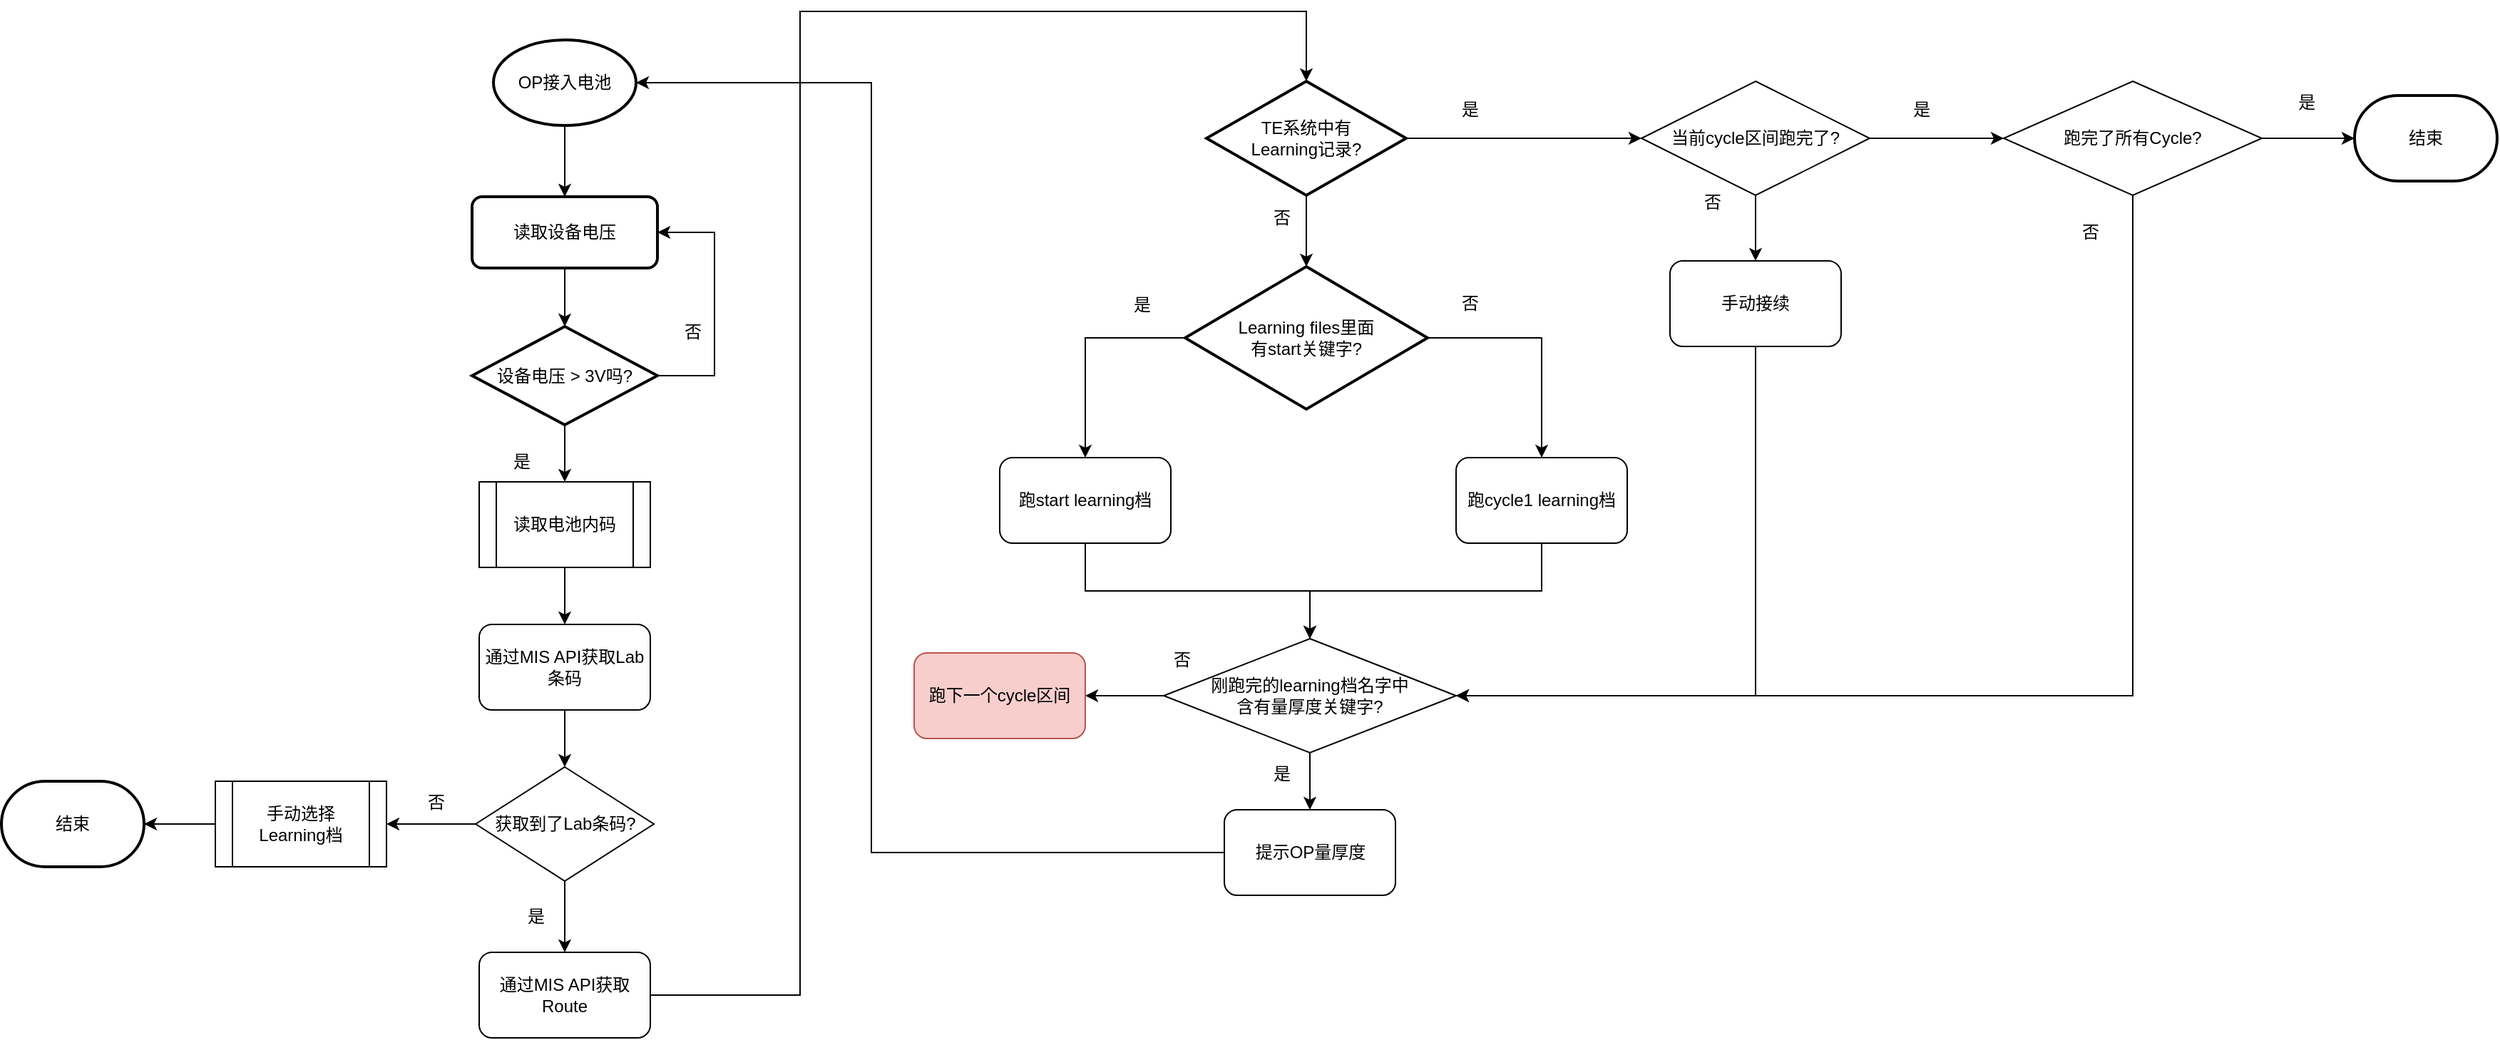
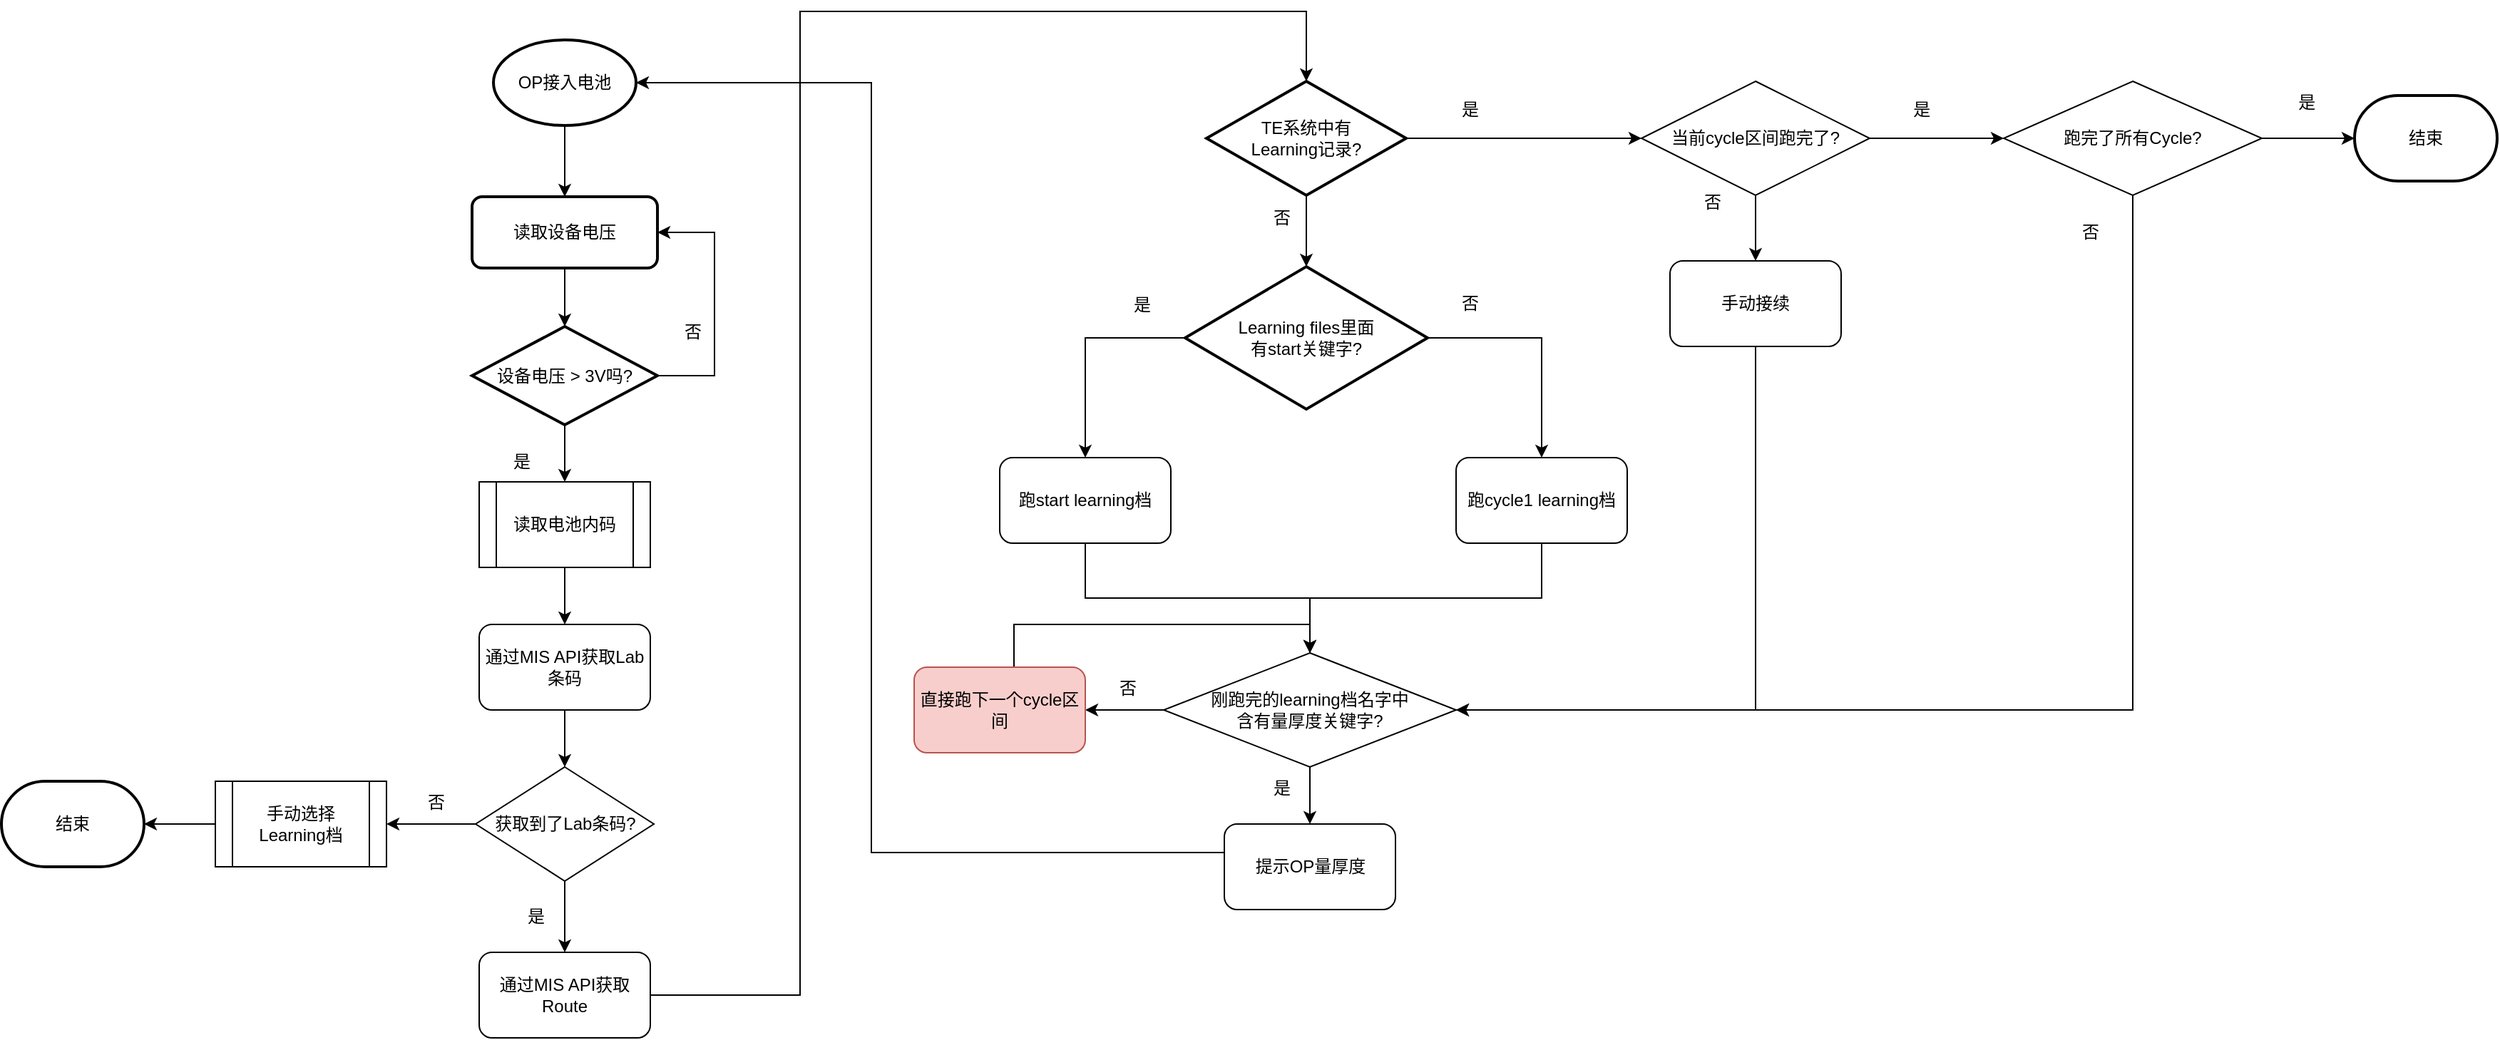
<mxfile host="app.diagrams.net">
  <diagram name="第 1 页" id="3HldnIOuQtLrwHUO-1mN">
    <mxGraphModel dx="1623" dy="813" grid="1" gridSize="10" guides="1" tooltips="1" connect="1" arrows="1" fold="1" page="1" pageScale="1" pageWidth="1169" pageHeight="827" background="#FFFFFF" math="0" shadow="0">
      <root>
        <mxCell id="0" />
        <mxCell id="1" parent="0" />
        <mxCell id="qRa3hty1LtdxE0hFs_0w-8" edge="1" parent="1" source="qRa3hty1LtdxE0hFs_0w-4" style="edgeStyle=orthogonalEdgeStyle;rounded=0;orthogonalLoop=1;jettySize=auto;html=1;" target="qRa3hty1LtdxE0hFs_0w-6" value="">
          <mxGeometry relative="1" as="geometry" />
        </mxCell>
        <mxCell id="qRa3hty1LtdxE0hFs_0w-4" parent="1" style="strokeWidth=2;html=1;shape=mxgraph.flowchart.start_1;whiteSpace=wrap;" value="OP接入电池" vertex="1">
          <mxGeometry height="60" width="100" x="385" y="50" as="geometry" />
        </mxCell>
        <mxCell id="qRa3hty1LtdxE0hFs_0w-9" edge="1" parent="1" source="qRa3hty1LtdxE0hFs_0w-6" style="edgeStyle=orthogonalEdgeStyle;rounded=0;orthogonalLoop=1;jettySize=auto;html=1;" target="qRa3hty1LtdxE0hFs_0w-7" value="">
          <mxGeometry relative="1" as="geometry" />
        </mxCell>
        <mxCell id="qRa3hty1LtdxE0hFs_0w-6" parent="1" style="rounded=1;whiteSpace=wrap;html=1;absoluteArcSize=1;arcSize=14;strokeWidth=2;" value="读取设备电压" vertex="1">
          <mxGeometry height="50" width="130" x="370" y="160" as="geometry" />
        </mxCell>
        <mxCell id="qRa3hty1LtdxE0hFs_0w-14" edge="1" parent="1" source="qRa3hty1LtdxE0hFs_0w-7" style="edgeStyle=orthogonalEdgeStyle;rounded=0;orthogonalLoop=1;jettySize=auto;html=1;" target="qRa3hty1LtdxE0hFs_0w-13" value="">
          <mxGeometry relative="1" as="geometry" />
        </mxCell>
        <mxCell id="qRa3hty1LtdxE0hFs_0w-25" edge="1" parent="1" source="qRa3hty1LtdxE0hFs_0w-7" style="edgeStyle=orthogonalEdgeStyle;rounded=0;orthogonalLoop=1;jettySize=auto;html=1;entryX=1;entryY=0.5;entryDx=0;entryDy=0;" target="qRa3hty1LtdxE0hFs_0w-6">
          <mxGeometry relative="1" as="geometry">
            <Array as="points">
              <mxPoint x="540" y="286" />
              <mxPoint x="540" y="185" />
            </Array>
            <mxPoint x="580" y="180" as="targetPoint" />
          </mxGeometry>
        </mxCell>
        <mxCell id="qRa3hty1LtdxE0hFs_0w-7" parent="1" style="strokeWidth=2;html=1;shape=mxgraph.flowchart.decision;whiteSpace=wrap;" value="设备电压 &amp;gt; 3V吗?" vertex="1">
          <mxGeometry height="69" width="130" x="370" y="251" as="geometry" />
        </mxCell>
        <mxCell id="qRa3hty1LtdxE0hFs_0w-11" parent="1" style="text;html=1;whiteSpace=wrap;strokeColor=none;fillColor=none;align=center;verticalAlign=middle;rounded=0;" value="&lt;div&gt;否&lt;/div&gt;" vertex="1">
          <mxGeometry height="30" width="60" x="495" y="240" as="geometry" />
        </mxCell>
        <mxCell id="qRa3hty1LtdxE0hFs_0w-12" parent="1" style="text;html=1;whiteSpace=wrap;strokeColor=none;fillColor=none;align=center;verticalAlign=middle;rounded=0;" value="&lt;div&gt;是&lt;/div&gt;" vertex="1">
          <mxGeometry height="30" width="60" x="375" y="331" as="geometry" />
        </mxCell>
        <mxCell id="qRa3hty1LtdxE0hFs_0w-16" edge="1" parent="1" source="qRa3hty1LtdxE0hFs_0w-13" style="edgeStyle=orthogonalEdgeStyle;rounded=0;orthogonalLoop=1;jettySize=auto;html=1;" target="qRa3hty1LtdxE0hFs_0w-15" value="">
          <mxGeometry relative="1" as="geometry" />
        </mxCell>
        <mxCell id="qRa3hty1LtdxE0hFs_0w-13" parent="1" style="shape=process;whiteSpace=wrap;html=1;backgroundOutline=1;" value="读取电池内码" vertex="1">
          <mxGeometry height="60" width="120" x="375" y="360" as="geometry" />
        </mxCell>
        <mxCell id="qRa3hty1LtdxE0hFs_0w-20" edge="1" parent="1" source="qRa3hty1LtdxE0hFs_0w-15" style="edgeStyle=orthogonalEdgeStyle;rounded=0;orthogonalLoop=1;jettySize=auto;html=1;" target="qRa3hty1LtdxE0hFs_0w-19" value="">
          <mxGeometry relative="1" as="geometry" />
        </mxCell>
        <mxCell id="qRa3hty1LtdxE0hFs_0w-15" parent="1" style="rounded=1;whiteSpace=wrap;html=1;" value="通过MIS API获取Lab条码" vertex="1">
          <mxGeometry height="60" width="120" x="375" y="460" as="geometry" />
        </mxCell>
        <mxCell id="qRa3hty1LtdxE0hFs_0w-31" edge="1" parent="1" source="qRa3hty1LtdxE0hFs_0w-17" style="edgeStyle=orthogonalEdgeStyle;rounded=0;orthogonalLoop=1;jettySize=auto;html=1;entryX=0.5;entryY=0;entryDx=0;entryDy=0;entryPerimeter=0;" target="qRa3hty1LtdxE0hFs_0w-30" value="">
          <mxGeometry relative="1" as="geometry">
            <Array as="points">
              <mxPoint x="600" y="720" />
              <mxPoint x="600" y="30" />
              <mxPoint x="955" y="30" />
            </Array>
          </mxGeometry>
        </mxCell>
        <mxCell id="qRa3hty1LtdxE0hFs_0w-17" parent="1" style="rounded=1;whiteSpace=wrap;html=1;" value="通过MIS API获取Route" vertex="1">
          <mxGeometry height="60" width="120" x="375" y="690" as="geometry" />
        </mxCell>
        <mxCell id="qRa3hty1LtdxE0hFs_0w-21" edge="1" parent="1" source="qRa3hty1LtdxE0hFs_0w-19" style="edgeStyle=orthogonalEdgeStyle;rounded=0;orthogonalLoop=1;jettySize=auto;html=1;" target="qRa3hty1LtdxE0hFs_0w-17" value="">
          <mxGeometry relative="1" as="geometry" />
        </mxCell>
        <mxCell id="qRa3hty1LtdxE0hFs_0w-27" edge="1" parent="1" source="qRa3hty1LtdxE0hFs_0w-19" style="edgeStyle=orthogonalEdgeStyle;rounded=0;orthogonalLoop=1;jettySize=auto;html=1;" target="qRa3hty1LtdxE0hFs_0w-26" value="">
          <mxGeometry relative="1" as="geometry" />
        </mxCell>
        <mxCell id="qRa3hty1LtdxE0hFs_0w-19" parent="1" style="rhombus;whiteSpace=wrap;html=1;" value="获取到了Lab条码?" vertex="1">
          <mxGeometry height="80" width="125" x="372.5" y="560" as="geometry" />
        </mxCell>
        <mxCell id="qRa3hty1LtdxE0hFs_0w-22" parent="1" style="text;html=1;whiteSpace=wrap;strokeColor=none;fillColor=none;align=center;verticalAlign=middle;rounded=0;" value="是" vertex="1">
          <mxGeometry height="30" width="60" x="385" y="650" as="geometry" />
        </mxCell>
        <mxCell id="qRa3hty1LtdxE0hFs_0w-29" edge="1" parent="1" source="qRa3hty1LtdxE0hFs_0w-26" style="edgeStyle=orthogonalEdgeStyle;rounded=0;orthogonalLoop=1;jettySize=auto;html=1;" target="qRa3hty1LtdxE0hFs_0w-28" value="">
          <mxGeometry relative="1" as="geometry" />
        </mxCell>
        <mxCell id="qRa3hty1LtdxE0hFs_0w-26" parent="1" style="shape=process;whiteSpace=wrap;html=1;backgroundOutline=1;" value="手动选择Learning档" vertex="1">
          <mxGeometry height="60" width="120" x="190" y="570" as="geometry" />
        </mxCell>
        <mxCell id="qRa3hty1LtdxE0hFs_0w-28" parent="1" style="strokeWidth=2;html=1;shape=mxgraph.flowchart.terminator;whiteSpace=wrap;" value="结束" vertex="1">
          <mxGeometry height="60" width="100" x="40" y="570" as="geometry" />
        </mxCell>
        <mxCell id="qRa3hty1LtdxE0hFs_0w-34" edge="1" parent="1" source="qRa3hty1LtdxE0hFs_0w-30" style="edgeStyle=orthogonalEdgeStyle;rounded=0;orthogonalLoop=1;jettySize=auto;html=1;" target="qRa3hty1LtdxE0hFs_0w-33" value="">
          <mxGeometry relative="1" as="geometry" />
        </mxCell>
        <mxCell id="qRa3hty1LtdxE0hFs_0w-38" edge="1" parent="1" source="qRa3hty1LtdxE0hFs_0w-30" style="edgeStyle=orthogonalEdgeStyle;rounded=0;orthogonalLoop=1;jettySize=auto;html=1;" target="qRa3hty1LtdxE0hFs_0w-37" value="">
          <mxGeometry relative="1" as="geometry" />
        </mxCell>
        <mxCell id="qRa3hty1LtdxE0hFs_0w-30" parent="1" style="strokeWidth=2;html=1;shape=mxgraph.flowchart.decision;whiteSpace=wrap;" value="&lt;div&gt;TE系统中有&lt;/div&gt;&lt;div&gt;Learning记录?&lt;/div&gt;" vertex="1">
          <mxGeometry height="80" width="140" x="885" y="79" as="geometry" />
        </mxCell>
        <mxCell id="qRa3hty1LtdxE0hFs_0w-45" edge="1" parent="1" source="qRa3hty1LtdxE0hFs_0w-33" style="edgeStyle=orthogonalEdgeStyle;rounded=0;orthogonalLoop=1;jettySize=auto;html=1;" target="qRa3hty1LtdxE0hFs_0w-44" value="">
          <mxGeometry relative="1" as="geometry" />
        </mxCell>
        <mxCell id="qRa3hty1LtdxE0hFs_0w-67" edge="1" parent="1" source="qRa3hty1LtdxE0hFs_0w-33" style="edgeStyle=orthogonalEdgeStyle;rounded=0;orthogonalLoop=1;jettySize=auto;html=1;entryX=0.5;entryY=0;entryDx=0;entryDy=0;exitX=1;exitY=0.5;exitDx=0;exitDy=0;exitPerimeter=0;" target="qRa3hty1LtdxE0hFs_0w-66">
          <mxGeometry relative="1" as="geometry" />
        </mxCell>
        <mxCell id="qRa3hty1LtdxE0hFs_0w-33" parent="1" style="strokeWidth=2;html=1;shape=mxgraph.flowchart.decision;whiteSpace=wrap;" value="&lt;div&gt;Learning files里面&lt;/div&gt;&lt;div&gt;有start关键字?&lt;/div&gt;" vertex="1">
          <mxGeometry height="100" width="170" x="870" y="209" as="geometry" />
        </mxCell>
        <mxCell id="qRa3hty1LtdxE0hFs_0w-35" parent="1" style="text;html=1;whiteSpace=wrap;strokeColor=none;fillColor=none;align=center;verticalAlign=middle;rounded=0;" value="否" vertex="1">
          <mxGeometry height="30" width="60" x="907.5" y="160" as="geometry" />
        </mxCell>
        <mxCell id="qRa3hty1LtdxE0hFs_0w-36" parent="1" style="text;html=1;whiteSpace=wrap;strokeColor=none;fillColor=none;align=center;verticalAlign=middle;rounded=0;" value="是" vertex="1">
          <mxGeometry height="30" width="60" x="1040" y="84" as="geometry" />
        </mxCell>
        <mxCell id="qRa3hty1LtdxE0hFs_0w-40" edge="1" parent="1" source="qRa3hty1LtdxE0hFs_0w-37" style="edgeStyle=orthogonalEdgeStyle;rounded=0;orthogonalLoop=1;jettySize=auto;html=1;" target="qRa3hty1LtdxE0hFs_0w-39" value="">
          <mxGeometry relative="1" as="geometry" />
        </mxCell>
        <mxCell id="qRa3hty1LtdxE0hFs_0w-65" edge="1" parent="1" source="qRa3hty1LtdxE0hFs_0w-37" style="edgeStyle=orthogonalEdgeStyle;rounded=0;orthogonalLoop=1;jettySize=auto;html=1;" target="qRa3hty1LtdxE0hFs_0w-59" value="">
          <mxGeometry relative="1" as="geometry" />
        </mxCell>
        <mxCell id="qRa3hty1LtdxE0hFs_0w-37" parent="1" style="rhombus;whiteSpace=wrap;html=1;" value="当前cycle区间跑完了?" vertex="1">
          <mxGeometry height="80" width="160" x="1190" y="79" as="geometry" />
        </mxCell>
        <mxCell id="qRa3hty1LtdxE0hFs_0w-74" edge="1" parent="1" source="qRa3hty1LtdxE0hFs_0w-39" style="edgeStyle=orthogonalEdgeStyle;rounded=0;orthogonalLoop=1;jettySize=auto;html=1;entryX=1;entryY=0.5;entryDx=0;entryDy=0;exitX=0.5;exitY=1;exitDx=0;exitDy=0;" target="qRa3hty1LtdxE0hFs_0w-49">
          <mxGeometry relative="1" as="geometry">
            <Array as="points">
-               <mxPoint x="1270" y="510" />
+               <mxPoint x="1270" y="520" />
            </Array>
            <mxPoint x="1270" y="260" as="sourcePoint" />
          </mxGeometry>
        </mxCell>
        <mxCell id="qRa3hty1LtdxE0hFs_0w-39" parent="1" style="rounded=1;whiteSpace=wrap;html=1;" value="手动接续" vertex="1">
          <mxGeometry height="60" width="120" x="1210" y="205" as="geometry" />
        </mxCell>
        <mxCell id="qRa3hty1LtdxE0hFs_0w-41" parent="1" style="text;html=1;whiteSpace=wrap;strokeColor=none;fillColor=none;align=center;verticalAlign=middle;rounded=0;" value="否" vertex="1">
          <mxGeometry height="30" width="60" x="1210" y="149" as="geometry" />
        </mxCell>
        <mxCell id="qRa3hty1LtdxE0hFs_0w-71" edge="1" parent="1" source="qRa3hty1LtdxE0hFs_0w-44" style="edgeStyle=orthogonalEdgeStyle;rounded=0;orthogonalLoop=1;jettySize=auto;html=1;entryX=0.5;entryY=0;entryDx=0;entryDy=0;" target="qRa3hty1LtdxE0hFs_0w-49">
          <mxGeometry relative="1" as="geometry" />
        </mxCell>
        <mxCell id="qRa3hty1LtdxE0hFs_0w-44" parent="1" style="rounded=1;whiteSpace=wrap;html=1;" value="跑start learning档" vertex="1">
          <mxGeometry height="60" width="120" x="740" y="343" as="geometry" />
        </mxCell>
        <mxCell id="qRa3hty1LtdxE0hFs_0w-46" parent="1" style="text;html=1;whiteSpace=wrap;strokeColor=none;fillColor=none;align=center;verticalAlign=middle;rounded=0;" value="是" vertex="1">
          <mxGeometry height="30" width="60" x="810" y="221" as="geometry" />
        </mxCell>
        <mxCell id="qRa3hty1LtdxE0hFs_0w-52" edge="1" parent="1" source="qRa3hty1LtdxE0hFs_0w-49" style="edgeStyle=orthogonalEdgeStyle;rounded=0;orthogonalLoop=1;jettySize=auto;html=1;" target="qRa3hty1LtdxE0hFs_0w-51" value="">
          <mxGeometry relative="1" as="geometry" />
        </mxCell>
        <mxCell id="qRa3hty1LtdxE0hFs_0w-56" edge="1" parent="1" source="qRa3hty1LtdxE0hFs_0w-49" style="edgeStyle=orthogonalEdgeStyle;rounded=0;orthogonalLoop=1;jettySize=auto;html=1;" target="qRa3hty1LtdxE0hFs_0w-55" value="">
          <mxGeometry relative="1" as="geometry" />
        </mxCell>
        <mxCell id="qRa3hty1LtdxE0hFs_0w-49" parent="1" style="rhombus;whiteSpace=wrap;html=1;" value="&lt;div&gt;刚跑完的learning档名字中&lt;/div&gt;&lt;div&gt;含有量厚度关键字?&lt;/div&gt;" vertex="1">
-           <mxGeometry height="80" width="205" x="855" y="470" as="geometry" />
+           <mxGeometry height="80" width="205" x="855" y="480" as="geometry" />
        </mxCell>
        <mxCell id="qRa3hty1LtdxE0hFs_0w-51" parent="1" style="rounded=1;whiteSpace=wrap;html=1;" value="提示OP量厚度" vertex="1">
-           <mxGeometry height="60" width="120" x="897.5" y="590" as="geometry" />
+           <mxGeometry height="60" width="120" x="897.5" y="600" as="geometry" />
        </mxCell>
        <mxCell id="qRa3hty1LtdxE0hFs_0w-53" parent="1" style="text;html=1;whiteSpace=wrap;strokeColor=none;fillColor=none;align=center;verticalAlign=middle;rounded=0;" value="是" vertex="1">
-           <mxGeometry height="30" width="60" x="907.5" y="550" as="geometry" />
+           <mxGeometry height="30" width="60" x="907.5" y="560" as="geometry" />
        </mxCell>
        <mxCell id="qRa3hty1LtdxE0hFs_0w-54" edge="1" parent="1" source="qRa3hty1LtdxE0hFs_0w-51" style="edgeStyle=orthogonalEdgeStyle;rounded=0;orthogonalLoop=1;jettySize=auto;html=1;entryX=1;entryY=0.5;entryDx=0;entryDy=0;entryPerimeter=0;" target="qRa3hty1LtdxE0hFs_0w-4">
          <mxGeometry relative="1" as="geometry">
            <Array as="points">
              <mxPoint x="650" y="620" />
              <mxPoint x="650" y="80" />
            </Array>
          </mxGeometry>
        </mxCell>
-         <mxCell id="qRa3hty1LtdxE0hFs_0w-55" parent="1" style="rounded=1;whiteSpace=wrap;html=1;fillColor=#f8cecc;strokeColor=#b85450;" value="跑下一个cycle区间" vertex="1">
-           <mxGeometry height="60" width="120" x="680" y="480" as="geometry" />
+         <mxCell id="qRa3hty1LtdxE0hFs_0w-78" edge="1" parent="1" source="qRa3hty1LtdxE0hFs_0w-55" style="edgeStyle=orthogonalEdgeStyle;rounded=0;orthogonalLoop=1;jettySize=auto;html=1;entryX=0.5;entryY=0;entryDx=0;entryDy=0;" target="qRa3hty1LtdxE0hFs_0w-49">
+           <mxGeometry relative="1" as="geometry">
+             <Array as="points">
+               <mxPoint x="750" y="460" />
+               <mxPoint x="958" y="460" />
+             </Array>
+           </mxGeometry>
+         </mxCell>
+         <mxCell id="qRa3hty1LtdxE0hFs_0w-55" parent="1" style="rounded=1;whiteSpace=wrap;html=1;fillColor=#f8cecc;strokeColor=#b85450;" value="直接跑下一个cycle区间" vertex="1">
+           <mxGeometry height="60" width="120" x="680" y="490" as="geometry" />
        </mxCell>
        <mxCell id="qRa3hty1LtdxE0hFs_0w-57" parent="1" style="text;html=1;whiteSpace=wrap;strokeColor=none;fillColor=none;align=center;verticalAlign=middle;rounded=0;" value="否" vertex="1">
          <mxGeometry height="30" width="60" x="315" y="570" as="geometry" />
        </mxCell>
        <mxCell id="qRa3hty1LtdxE0hFs_0w-58" parent="1" style="text;html=1;whiteSpace=wrap;strokeColor=none;fillColor=none;align=center;verticalAlign=middle;rounded=0;" value="&amp;nbsp;是" vertex="1">
          <mxGeometry height="30" width="60" x="1355" y="84" as="geometry" />
        </mxCell>
        <mxCell id="qRa3hty1LtdxE0hFs_0w-64" edge="1" parent="1" source="qRa3hty1LtdxE0hFs_0w-59" style="edgeStyle=orthogonalEdgeStyle;rounded=0;orthogonalLoop=1;jettySize=auto;html=1;" target="qRa3hty1LtdxE0hFs_0w-63" value="">
          <mxGeometry relative="1" as="geometry" />
        </mxCell>
        <mxCell id="qRa3hty1LtdxE0hFs_0w-76" edge="1" parent="1" source="qRa3hty1LtdxE0hFs_0w-59" style="edgeStyle=orthogonalEdgeStyle;rounded=0;orthogonalLoop=1;jettySize=auto;html=1;entryX=1;entryY=0.5;entryDx=0;entryDy=0;" target="qRa3hty1LtdxE0hFs_0w-49">
          <mxGeometry relative="1" as="geometry">
            <Array as="points">
-               <mxPoint x="1535" y="510" />
+               <mxPoint x="1535" y="520" />
            </Array>
          </mxGeometry>
        </mxCell>
        <mxCell id="qRa3hty1LtdxE0hFs_0w-59" parent="1" style="rhombus;whiteSpace=wrap;html=1;" value="跑完了所有Cycle?" vertex="1">
          <mxGeometry height="80" width="181" x="1444" y="79" as="geometry" />
        </mxCell>
        <mxCell id="qRa3hty1LtdxE0hFs_0w-60" parent="1" style="text;html=1;whiteSpace=wrap;strokeColor=none;fillColor=none;align=center;verticalAlign=middle;rounded=0;" value="否" vertex="1">
          <mxGeometry height="30" width="60" x="1475" y="170" as="geometry" />
        </mxCell>
        <mxCell id="qRa3hty1LtdxE0hFs_0w-62" parent="1" style="text;html=1;whiteSpace=wrap;strokeColor=none;fillColor=none;align=center;verticalAlign=middle;rounded=0;" value="&amp;nbsp;是" vertex="1">
          <mxGeometry height="30" width="60" x="1625" y="79" as="geometry" />
        </mxCell>
        <mxCell id="qRa3hty1LtdxE0hFs_0w-63" parent="1" style="strokeWidth=2;html=1;shape=mxgraph.flowchart.terminator;whiteSpace=wrap;" value="结束" vertex="1">
          <mxGeometry height="60" width="100" x="1690" y="89" as="geometry" />
        </mxCell>
        <mxCell id="qRa3hty1LtdxE0hFs_0w-73" edge="1" parent="1" source="qRa3hty1LtdxE0hFs_0w-66" style="edgeStyle=orthogonalEdgeStyle;rounded=0;orthogonalLoop=1;jettySize=auto;html=1;entryX=0.5;entryY=0;entryDx=0;entryDy=0;" target="qRa3hty1LtdxE0hFs_0w-49">
          <mxGeometry relative="1" as="geometry" />
        </mxCell>
        <mxCell id="qRa3hty1LtdxE0hFs_0w-66" parent="1" style="rounded=1;whiteSpace=wrap;html=1;" value="跑cycle1 learning档" vertex="1">
          <mxGeometry height="60" width="120" x="1060" y="343" as="geometry" />
        </mxCell>
        <mxCell id="qRa3hty1LtdxE0hFs_0w-68" parent="1" style="text;html=1;whiteSpace=wrap;strokeColor=none;fillColor=none;align=center;verticalAlign=middle;rounded=0;" value="否" vertex="1">
          <mxGeometry height="30" width="60" x="1040" y="220" as="geometry" />
        </mxCell>
        <mxCell id="qRa3hty1LtdxE0hFs_0w-75" parent="1" style="text;html=1;whiteSpace=wrap;strokeColor=none;fillColor=none;align=center;verticalAlign=middle;rounded=0;" value="否" vertex="1">
-           <mxGeometry height="30" width="60" x="837.5" y="470" as="geometry" />
+           <mxGeometry height="30" width="60" x="800" y="490" as="geometry" />
        </mxCell>
      </root>
    </mxGraphModel>
  </diagram>
</mxfile>
